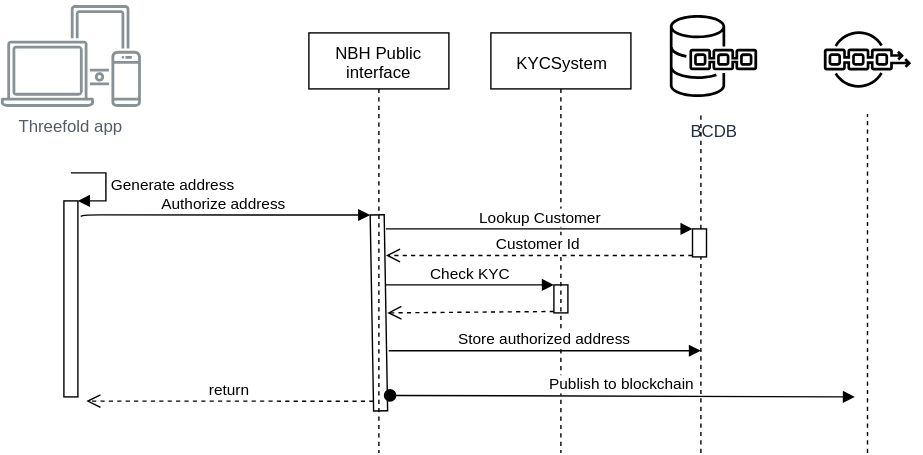
This is specs/Authorize_Addresses.svg from threefoldtechprojects/goldchain, a draw.io export, as it was before one commit. Source tidied: cells renumbered, new cells last; positions are measured from the earlier drawing's top-left corner, leaving out a move shared by most shapes. Source of this version:
```xml
<mxGraphModel>
  <root>
    <mxCell id="0" />
    <mxCell id="1" parent="0" />
    <mxCell id="2" value="Threefold app" style="gradientColor=none;fontColor=#545B64;strokeColor=none;fillColor=#879196;dashed=0;verticalLabelPosition=bottom;verticalAlign=top;align=center;html=1;fontSize=12;fontStyle=0;shape=mxgraph.aws4.illustration_devices;shadow=0;" parent="1" vertex="1">
      <mxGeometry y="2" width="100" height="73" as="geometry" />
    </mxCell>
    <mxCell id="3" style="outlineConnect=0;fontColor=#232F3E;gradientColor=#FFFF33;gradientDirection=north;fillColor=none;strokeColor=#000000;dashed=0;verticalLabelPosition=bottom;verticalAlign=top;align=center;html=1;fontSize=12;fontStyle=0;shape=mxgraph.aws4.resourceIcon;resIcon=mxgraph.aws4.managed_blockchain;shadow=0;" parent="1" vertex="1">
      <mxGeometry x="580" y="2" width="78" height="78" as="geometry" />
    </mxCell>
    <mxCell id="4" value="BCDB" style="fontColor=#232F3E;gradientColor=#F78E04;gradientDirection=north;fillColor=none;strokeColor=#000000;dashed=0;verticalLabelPosition=bottom;verticalAlign=top;align=center;html=1;fontSize=12;fontStyle=0;shape=mxgraph.aws4.resourceIcon;resIcon=mxgraph.aws4.quantum_ledger_database;shadow=0;" parent="1" vertex="1">
      <mxGeometry x="470" y="-0.5" width="78" height="78" as="geometry" />
    </mxCell>
    <mxCell id="5" style="html=1;points=[];perimeter=orthogonalPerimeter;shadow=0;strokeColor=#000000;fillColor=none;gradientColor=#FFFF33;" parent="1" vertex="1">
      <mxGeometry x="45" y="142" width="10" height="140" as="geometry" />
    </mxCell>
    <mxCell id="6" value="Generate address" style="edgeStyle=orthogonalEdgeStyle;html=1;align=left;spacingLeft=2;endArrow=block;rounded=0;entryX=1;entryY=0;" parent="1" edge="1" target="5">
      <mxGeometry relative="1" as="geometry">
        <mxPoint x="50" y="122" as="sourcePoint" />
        <Array as="points">
          <mxPoint x="75" y="122" />
        </Array>
      </mxGeometry>
    </mxCell>
    <mxCell id="7" value="NBH Public interface" style="shape=umlLifeline;perimeter=lifelinePerimeter;whiteSpace=wrap;html=1;shadow=0;strokeColor=#000000;fillColor=none;gradientColor=#FFFF33;" parent="1" vertex="1">
      <mxGeometry x="220" y="22" width="100" height="300" as="geometry" />
    </mxCell>
    <mxCell id="8" style="html=1;points=[];perimeter=orthogonalPerimeter;shadow=0;strokeColor=#000000;fillColor=none;gradientColor=#FFFF33;rotation=-1;" parent="7" vertex="1">
      <mxGeometry x="45" y="130" width="10" height="140" as="geometry" />
    </mxCell>
    <mxCell id="9" value="KYCSystem" style="shape=umlLifeline;perimeter=lifelinePerimeter;whiteSpace=wrap;html=1;shadow=0;strokeColor=#000000;fillColor=none;gradientColor=#FFFF33;" parent="1" vertex="1">
      <mxGeometry x="350" y="22" width="100" height="300" as="geometry" />
    </mxCell>
    <mxCell id="10" style="html=1;points=[];perimeter=orthogonalPerimeter;shadow=0;strokeColor=#000000;fillColor=none;gradientColor=#FFFF33;" parent="9" vertex="1">
      <mxGeometry x="45" y="180" width="10" height="20" as="geometry" />
    </mxCell>
    <mxCell id="11" value="Publish to blockchain" style="html=1;verticalAlign=bottom;startArrow=oval;startFill=1;endArrow=block;startSize=8;exitX=1.3;exitY=0.921;exitDx=0;exitDy=0;exitPerimeter=0;" parent="9" edge="1">
      <mxGeometry relative="1" as="geometry">
        <mxPoint x="-72" y="258.9" as="sourcePoint" />
        <mxPoint x="260" y="260" as="targetPoint" />
      </mxGeometry>
    </mxCell>
    <mxCell id="12" value="Lookup Customer" style="html=1;verticalAlign=bottom;endArrow=block;entryX=0;entryY=0;" parent="1" edge="1" target="18">
      <mxGeometry relative="1" as="geometry">
        <mxPoint x="275" y="162" as="sourcePoint" />
      </mxGeometry>
    </mxCell>
    <mxCell id="13" value="Customer Id" style="html=1;verticalAlign=bottom;endArrow=open;dashed=1;endSize=8;exitX=0;exitY=0.95;" parent="1" edge="1" source="18">
      <mxGeometry relative="1" as="geometry">
        <mxPoint x="275" y="181" as="targetPoint" />
      </mxGeometry>
    </mxCell>
    <mxCell id="14" value="Check KYC" style="html=1;verticalAlign=bottom;endArrow=block;entryX=0;entryY=0;" parent="1" edge="1" target="10">
      <mxGeometry relative="1" as="geometry">
        <mxPoint x="275" y="202" as="sourcePoint" />
      </mxGeometry>
    </mxCell>
    <mxCell id="15" style="html=1;verticalAlign=bottom;endArrow=open;dashed=1;endSize=8;exitX=0;exitY=0.95;" parent="1" edge="1" source="10">
      <mxGeometry relative="1" as="geometry">
        <mxPoint x="276" y="222" as="targetPoint" />
      </mxGeometry>
    </mxCell>
    <mxCell id="16" value="Store authorized address" style="html=1;verticalAlign=bottom;endArrow=block;exitX=1.2;exitY=0.693;exitDx=0;exitDy=0;exitPerimeter=0;" parent="1" edge="1">
      <mxGeometry relative="1" as="geometry">
        <mxPoint x="277" y="249" as="sourcePoint" />
        <mxPoint x="500" y="249" as="targetPoint" />
      </mxGeometry>
    </mxCell>
    <mxCell id="17" style="endArrow=none;dashed=1;html=1;" parent="1" edge="1" source="18">
      <mxGeometry relative="1" as="geometry">
        <mxPoint x="500" y="78" as="targetPoint" />
      </mxGeometry>
    </mxCell>
    <mxCell id="18" style="html=1;points=[];perimeter=orthogonalPerimeter;shadow=0;strokeColor=#000000;fillColor=none;gradientColor=#FFFF33;" parent="1" vertex="1">
      <mxGeometry x="494" y="162" width="10" height="20" as="geometry" />
    </mxCell>
    <mxCell id="19" style="endArrow=none;dashed=1;html=1;" parent="1" edge="1" target="18">
      <mxGeometry relative="1" as="geometry">
        <mxPoint x="500" y="322" as="sourcePoint" />
        <Array as="points">
          <mxPoint x="500" y="242" />
        </Array>
      </mxGeometry>
    </mxCell>
    <mxCell id="20" style="endArrow=none;dashed=1;html=1;" parent="1" edge="1" target="3">
      <mxGeometry relative="1" as="geometry">
        <mxPoint x="619" y="322" as="sourcePoint" />
      </mxGeometry>
    </mxCell>
    <mxCell id="21" value="Authorize address" style="html=1;verticalAlign=bottom;endArrow=block;entryX=0;entryY=0;exitX=1.2;exitY=0.079;exitDx=0;exitDy=0;exitPerimeter=0;" parent="1" edge="1" source="5" target="8">
      <mxGeometry relative="1" as="geometry">
        <Array as="points">
          <mxPoint x="60" y="152" />
        </Array>
      </mxGeometry>
    </mxCell>
    <mxCell id="22" value="return" style="html=1;verticalAlign=bottom;endArrow=open;dashed=1;endSize=8;exitX=0;exitY=0.95;" parent="1" edge="1" source="8">
      <mxGeometry relative="1" as="geometry">
        <mxPoint x="61" y="285" as="targetPoint" />
      </mxGeometry>
    </mxCell>
  </root>
</mxGraphModel>
```
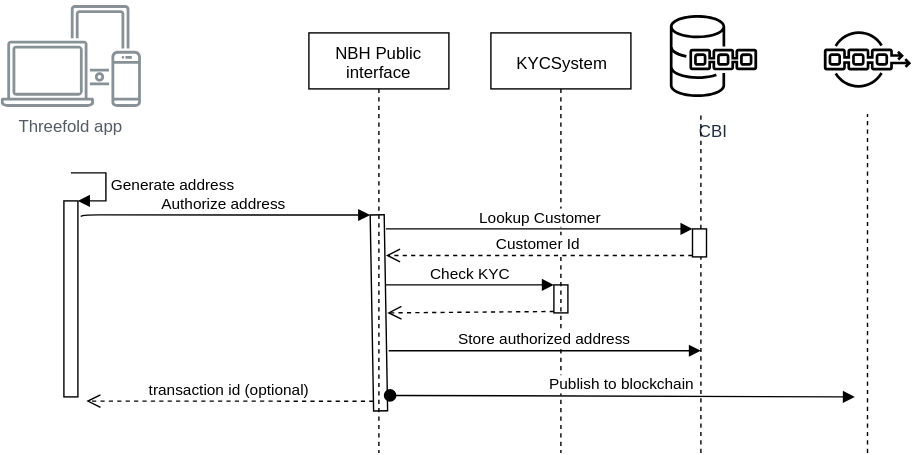
Above is the later version.

What changed in the source:
```diff
@@ -8,7 +8,7 @@
     <mxCell id="3" style="outlineConnect=0;fontColor=#232F3E;gradientColor=#FFFF33;gradientDirection=north;fillColor=none;strokeColor=#000000;dashed=0;verticalLabelPosition=bottom;verticalAlign=top;align=center;html=1;fontSize=12;fontStyle=0;shape=mxgraph.aws4.resourceIcon;resIcon=mxgraph.aws4.managed_blockchain;shadow=0;" parent="1" vertex="1">
       <mxGeometry x="580" y="2" width="78" height="78" as="geometry" />
     </mxCell>
-    <mxCell id="4" value="BCDB" style="fontColor=#232F3E;gradientColor=#F78E04;gradientDirection=north;fillColor=none;strokeColor=#000000;dashed=0;verticalLabelPosition=bottom;verticalAlign=top;align=center;html=1;fontSize=12;fontStyle=0;shape=mxgraph.aws4.resourceIcon;resIcon=mxgraph.aws4.quantum_ledger_database;shadow=0;" parent="1" vertex="1">
+    <mxCell id="4" value="CBI" style="fontColor=#232F3E;gradientColor=#F78E04;gradientDirection=north;fillColor=none;strokeColor=#000000;dashed=0;verticalLabelPosition=bottom;verticalAlign=top;align=center;html=1;fontSize=12;fontStyle=0;shape=mxgraph.aws4.resourceIcon;resIcon=mxgraph.aws4.quantum_ledger_database;shadow=0;" parent="1" vertex="1">
       <mxGeometry x="470" y="-0.5" width="78" height="78" as="geometry" />
     </mxCell>
     <mxCell id="5" style="html=1;points=[];perimeter=orthogonalPerimeter;shadow=0;strokeColor=#000000;fillColor=none;gradientColor=#FFFF33;" parent="1" vertex="1">
@@ -94,7 +94,7 @@
         </Array>
       </mxGeometry>
     </mxCell>
-    <mxCell id="22" value="return" style="html=1;verticalAlign=bottom;endArrow=open;dashed=1;endSize=8;exitX=0;exitY=0.95;" parent="1" edge="1" source="8">
+    <mxCell id="22" value="transaction id (optional)" style="html=1;verticalAlign=bottom;endArrow=open;dashed=1;endSize=8;exitX=0;exitY=0.95;" parent="1" edge="1" source="8">
       <mxGeometry relative="1" as="geometry">
         <mxPoint x="61" y="285" as="targetPoint" />
       </mxGeometry>
```
